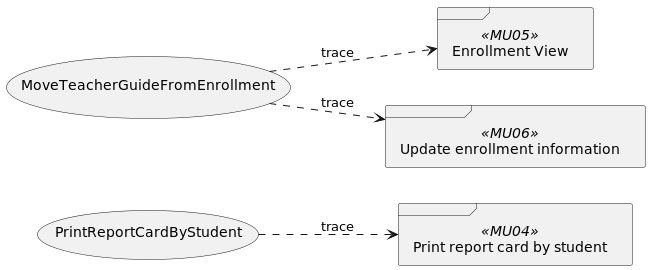
The PlantUML diagram out/UseCaseView/TRACE.UseCase-x-Prototype.png in wsmcbl/wsmcbl.doc, before a commit.
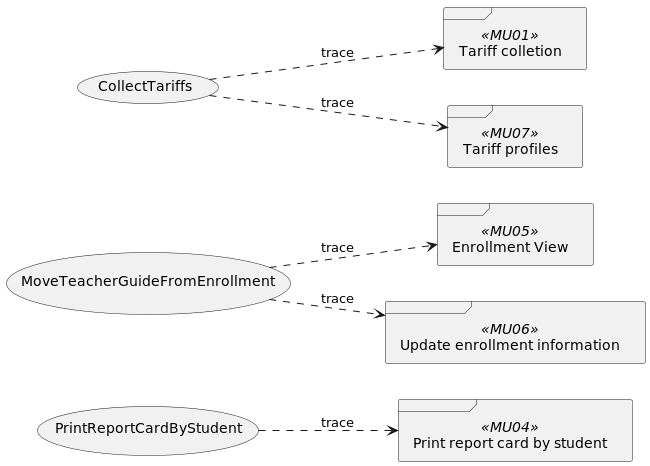
After the change.

What changed in the source:
```diff
@@ -1,19 +1,23 @@
 @startuml
 
-skinparam BackgroundColor transparent
 left to right direction
 
 
 usecase CU29 as "PrintReportCardByStudent"
 usecase CU21 as "MoveTeacherGuideFromEnrollment"
+usecase CU03 as "CollectTariffs"
 
+frame MU01 <<MU01>> as "Tariff colletion"
 frame MU04 <<MU04>> as "Print report card by student"
 frame MU05 <<MU05>> as "Enrollment View"
 frame MU06 <<MU06>> as "Update enrollment information"
+frame MU07 <<MU07>> as "Tariff profiles"
 
 CU29 ..> MU04 : trace
 CU21 ..> MU05 : trace
 CU21 ..> MU06 : trace
+CU03 ..> MU01 : trace
+CU03 ..> MU07 : trace
 
 
 @enduml
```
